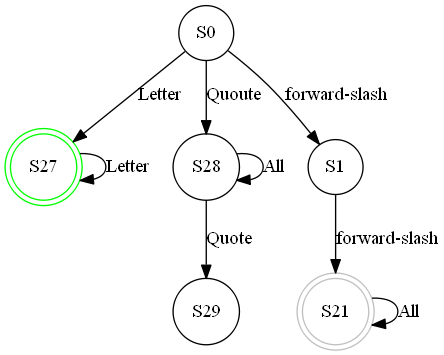
The Graphviz diagram Graph.png in Alex4191-usac/OLC1_P1_201602880, before a commit. Its source is kept beside it as Graph.dot.
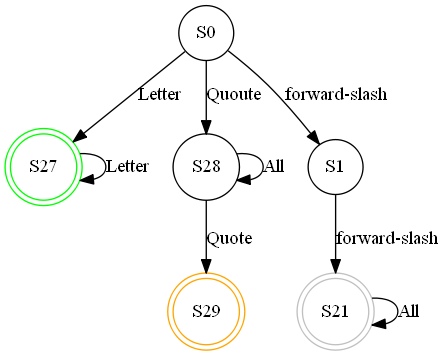
After the change.

Diff of the diagram source:
```diff
@@ -5,7 +5,7 @@
 S0 -> S28[label="Quoute"]
 S28->S28[label="All"]
 S28->S29[label="Quote"]
-S21[shape=doublecircle, color="orange"]
+S29[shape=doublecircle, color="orange"]
 S0-> S1[label="forward-slash"]
 S1->S21[label="forward-slash"]
 S21->S21[label="All"]
```
